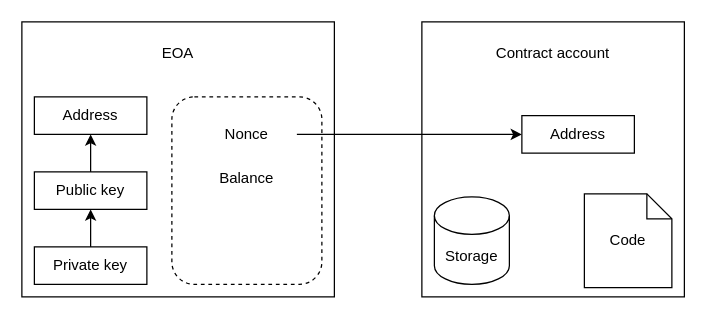
Earlier version of the draw.io diagram page "account" (4 of 23) of documents/master.drawio (phamhongphuc1999/account-abstraction-app). Source tidied: cells renumbered, new cells numbered last; positions are measured from the earlier drawing's top-left corner, leaving out a move shared by most shapes. Both pictures are drawn from the tidied source at 125%, with x=0, y=0 at pixel (21, 21).
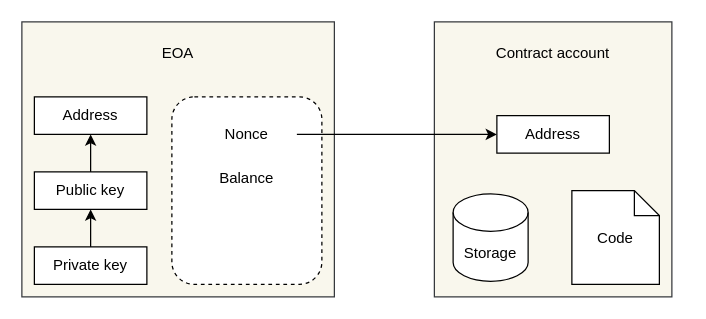
The same diagram, later.

The edit, as a diff of the source:
```diff
@@
 <mxGraphModel>
   <root>
     <mxCell id="0" />
     <mxCell id="1" parent="0" />
-    <mxCell id="2" style="rounded=0;whiteSpace=wrap;html=1;" parent="1" vertex="1">
-      <mxGeometry x="320" width="210" height="220" as="geometry" />
+    <mxCell id="2" style="rounded=0;whiteSpace=wrap;html=1;fillColor=#f9f7ed;strokeColor=#36393d;" parent="1" vertex="1">
+      <mxGeometry x="330" width="190" height="220" as="geometry" />
     </mxCell>
-    <mxCell id="3" style="rounded=0;whiteSpace=wrap;html=1;" parent="1" vertex="1">
+    <mxCell id="3" style="rounded=0;whiteSpace=wrap;html=1;fillColor=#f9f7ed;strokeColor=#36393d;" parent="1" vertex="1">
       <mxGeometry width="250" height="220" as="geometry" />
     </mxCell>
     <mxCell id="4" style="edgeStyle=orthogonalEdgeStyle;rounded=0;jettySize=auto;html=1;entryX=0.5;entryY=1;entryDx=0;entryDy=0;" parent="1" edge="1" source="5" target="7">
       <mxGeometry relative="1" as="geometry" />
     </mxCell>
     <mxCell id="5" value="Private key" style="rounded=0;whiteSpace=wrap;html=1;" parent="1" vertex="1">
       <mxGeometry x="10" y="180" width="90" height="30" as="geometry" />
     </mxCell>
     <mxCell id="6" style="edgeStyle=orthogonalEdgeStyle;rounded=0;jettySize=auto;html=1;" parent="1" edge="1" source="7" target="8">
       <mxGeometry relative="1" as="geometry" />
     </mxCell>
     <mxCell id="7" value="Public key" style="rounded=0;whiteSpace=wrap;html=1;" parent="1" vertex="1">
       <mxGeometry x="10" y="120" width="90" height="30" as="geometry" />
     </mxCell>
     <mxCell id="8" value="Address" style="rounded=0;whiteSpace=wrap;html=1;" parent="1" vertex="1">
       <mxGeometry x="10" y="60" width="90" height="30" as="geometry" />
     </mxCell>
     <mxCell id="9" style="rounded=1;whiteSpace=wrap;html=1;dashed=1;" parent="1" vertex="1">
       <mxGeometry x="120" y="60" width="120" height="150" as="geometry" />
     </mxCell>
     <mxCell id="10" style="edgeStyle=orthogonalEdgeStyle;rounded=0;jettySize=auto;html=1;entryX=0;entryY=0.5;entryDx=0;entryDy=0;" parent="1" edge="1" source="11" target="13">
       <mxGeometry relative="1" as="geometry" />
     </mxCell>
     <mxCell id="11" value="Nonce" style="text;html=1;align=center;verticalAlign=middle;whiteSpace=wrap;rounded=0;" parent="1" vertex="1">
       <mxGeometry x="140" y="75" width="80" height="30" as="geometry" />
     </mxCell>
     <mxCell id="12" value="Balance" style="text;html=1;align=center;verticalAlign=middle;whiteSpace=wrap;rounded=0;" parent="1" vertex="1">
       <mxGeometry x="140" y="110" width="80" height="30" as="geometry" />
     </mxCell>
     <mxCell id="13" value="Address" style="rounded=0;whiteSpace=wrap;html=1;" parent="1" vertex="1">
-      <mxGeometry x="400" y="75" width="90" height="30" as="geometry" />
+      <mxGeometry x="380" y="75" width="90" height="30" as="geometry" />
     </mxCell>
     <mxCell id="14" value="Storage" style="shape=cylinder3;whiteSpace=wrap;html=1;boundedLbl=1;backgroundOutline=1;size=15;" parent="1" vertex="1">
-      <mxGeometry x="330" y="140" width="60" height="70" as="geometry" />
+      <mxGeometry x="345" y="137.5" width="60" height="70" as="geometry" />
     </mxCell>
     <mxCell id="15" value="Code" style="shape=note;size=20;whiteSpace=wrap;html=1;" parent="1" vertex="1">
-      <mxGeometry x="450" y="137.5" width="70" height="75" as="geometry" />
+      <mxGeometry x="440" y="135" width="70" height="75" as="geometry" />
     </mxCell>
     <mxCell id="16" value="EOA" style="text;html=1;align=center;verticalAlign=middle;whiteSpace=wrap;rounded=0;" parent="1" vertex="1">
       <mxGeometry x="10" y="10" width="230" height="30" as="geometry" />
     </mxCell>
     <mxCell id="17" value="Contract account" style="text;html=1;align=center;verticalAlign=middle;whiteSpace=wrap;rounded=0;" parent="1" vertex="1">
       <mxGeometry x="330" y="10" width="190" height="30" as="geometry" />
     </mxCell>
   </root>
 </mxGraphModel>
```
